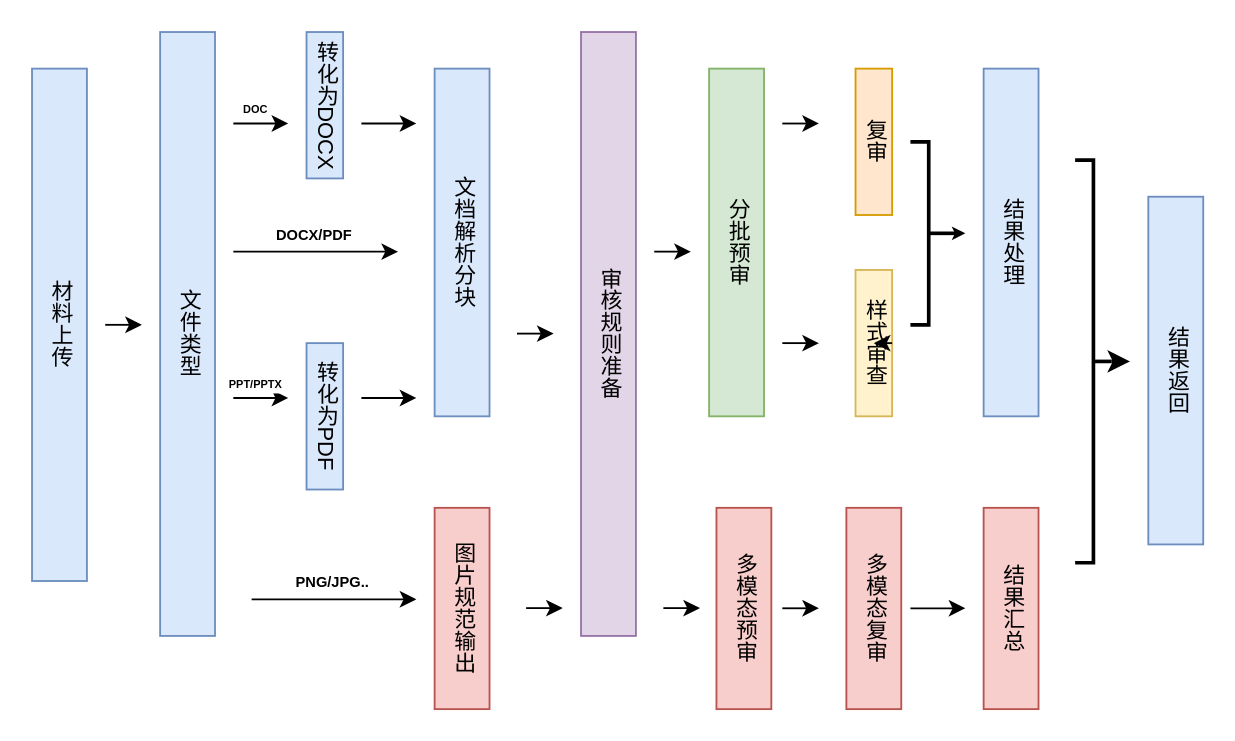
xddd123456/svg keeps this draw.io diagram as page "第 1 页" (1 of 5) of 未命名绘图.drawio. Above is the earlier version. Source tidied: cells renumbered, new cells numbered last; positions are measured from the earlier drawing's top-left corner, leaving out a move shared by most shapes. Both pictures are drawn from the tidied source at 183%, with x=0, y=0 at pixel (31, 31).
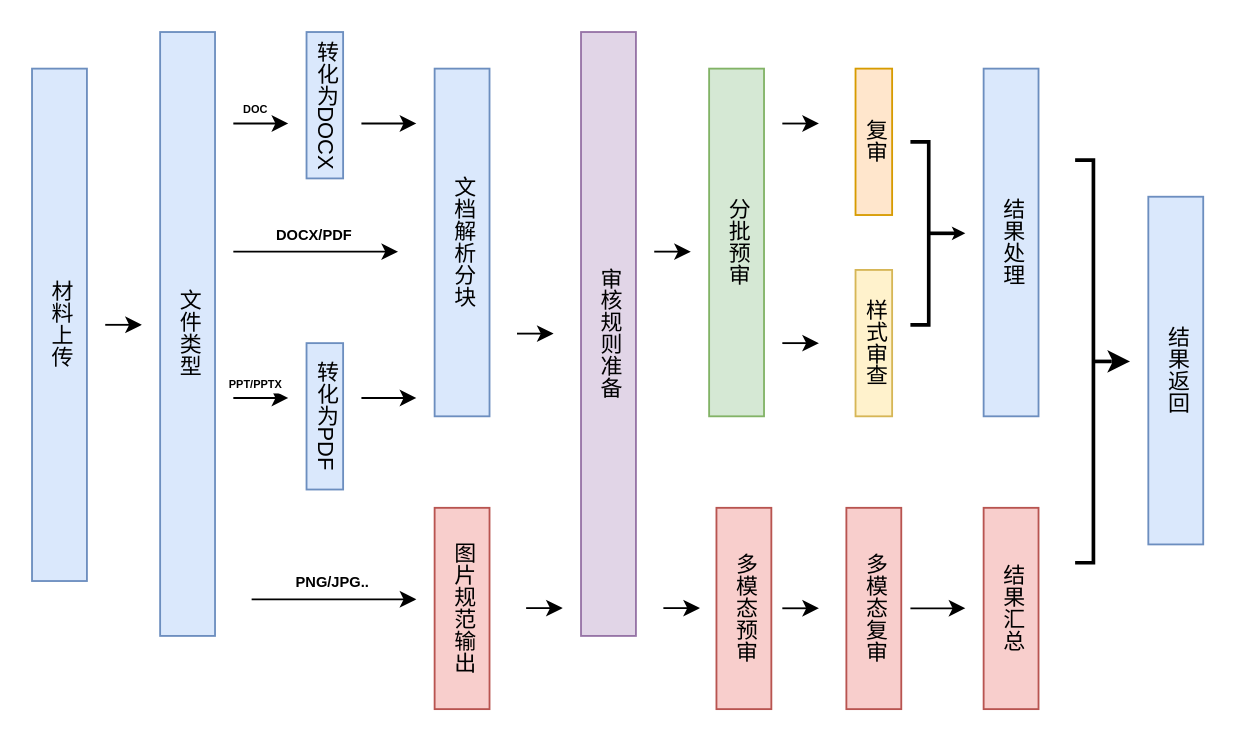
The same diagram, later.

Commit message:
更新未命名绘图.drawio

Unchanged cells that the change refers to:
```xml
<mxCell id="25" value="样式审查" style="rounded=0;whiteSpace=wrap;html=1;fontFamily=Helvetica;fontSize=12;fontStyle=0;align=center;verticalAlign=middle;textDirection=vertical-lr;fillColor=#fff2cc;strokeColor=#d6b656;" parent="1" vertex="1">
  <mxGeometry x="450" y="130" width="20" height="80" as="geometry" />
</mxCell>
```

The edit, as a diff of the source:
```diff
@@
-    <mxCell id="40" style="edgeStyle=orthogonalEdgeStyle;rounded=0;orthogonalLoop=1;jettySize=auto;html=1;innerLoopWaypoints=1;exitX=1;exitY=0.5;exitDx=0;exitDy=0;entryX=0.5;entryY=0.5;entryDx=0;entryDy=0;entryPerimeter=0;" parent="1" edge="1" source="25" target="25">
-      <mxGeometry relative="1" as="geometry" />
-    </mxCell>
```
